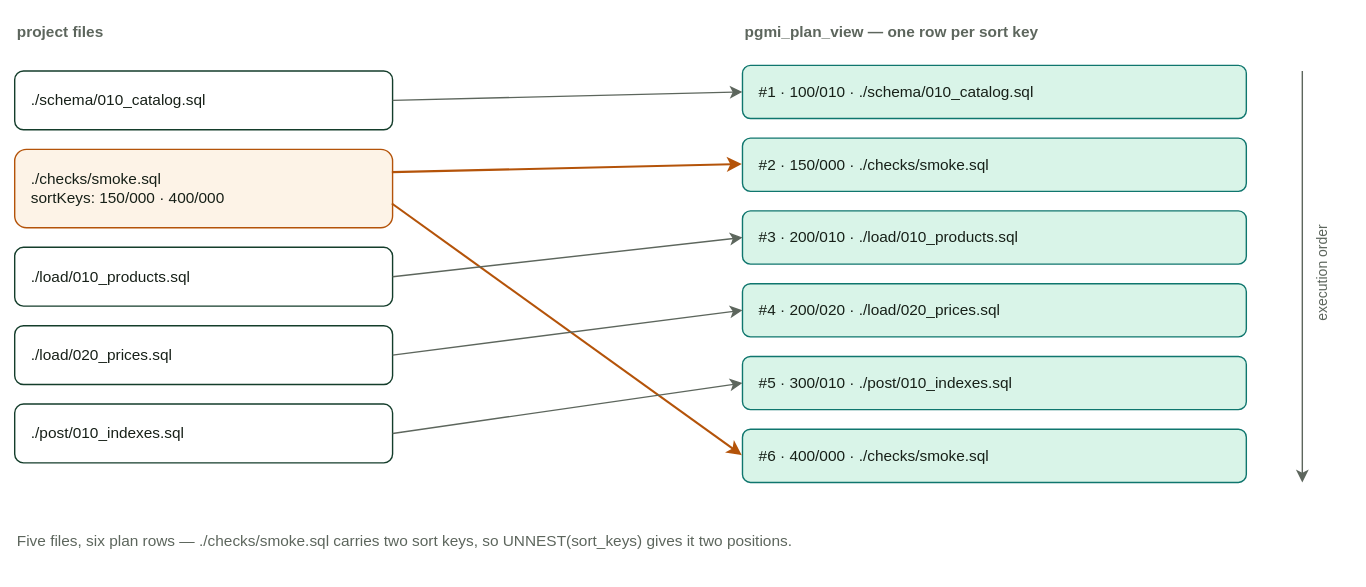
Above: docs/diagrams/a03-execution-order-plan.drawio.svg in vvka-141/pgmi (draw.io), before the change. Source tidied: cells renumbered, new cells last; positions are measured from the earlier drawing's top-left corner, leaving out a move shared by most shapes.
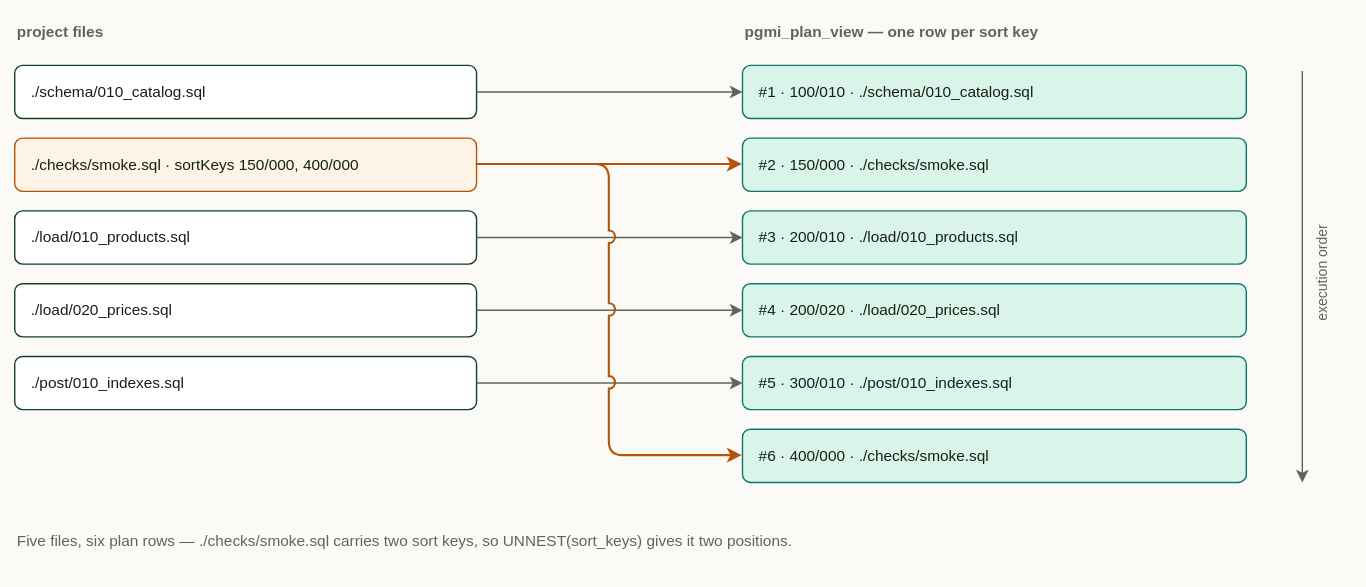
After the change.

Diff of the diagram source:
```diff
@@ -9,19 +9,19 @@
       <mxGeometry x="520" width="320" height="24" as="geometry" />
     </mxCell>
     <mxCell id="4" value="./schema/010_catalog.sql" style="rounded=1;whiteSpace=wrap;html=1;fillColor=#ffffff;strokeColor=#143d2b;fontColor=#172018;fontSize=11;align=left;spacingLeft=10;" parent="1" vertex="1">
-      <mxGeometry y="40" width="270" height="42" as="geometry" />
+      <mxGeometry y="36" width="330" height="38" as="geometry" />
     </mxCell>
-    <mxCell id="5" value="./checks/smoke.sql&#10;sortKeys: 150/000 · 400/000" style="rounded=1;whiteSpace=wrap;html=1;fillColor=#fdf3e7;strokeColor=#b45309;fontColor=#172018;fontSize=11;align=left;spacingLeft=10;" parent="1" vertex="1">
-      <mxGeometry y="96" width="270" height="56" as="geometry" />
+    <mxCell id="5" value="./checks/smoke.sql · sortKeys 150/000, 400/000" style="rounded=1;whiteSpace=wrap;html=1;fillColor=#fdf3e7;strokeColor=#b45309;fontColor=#172018;fontSize=11;align=left;spacingLeft=10;" parent="1" vertex="1">
+      <mxGeometry y="88" width="330" height="38" as="geometry" />
     </mxCell>
     <mxCell id="6" value="./load/010_products.sql" style="rounded=1;whiteSpace=wrap;html=1;fillColor=#ffffff;strokeColor=#143d2b;fontColor=#172018;fontSize=11;align=left;spacingLeft=10;" parent="1" vertex="1">
-      <mxGeometry y="166" width="270" height="42" as="geometry" />
+      <mxGeometry y="140" width="330" height="38" as="geometry" />
     </mxCell>
     <mxCell id="7" value="./load/020_prices.sql" style="rounded=1;whiteSpace=wrap;html=1;fillColor=#ffffff;strokeColor=#143d2b;fontColor=#172018;fontSize=11;align=left;spacingLeft=10;" parent="1" vertex="1">
-      <mxGeometry y="222" width="270" height="42" as="geometry" />
+      <mxGeometry y="192" width="330" height="38" as="geometry" />
     </mxCell>
     <mxCell id="8" value="./post/010_indexes.sql" style="rounded=1;whiteSpace=wrap;html=1;fillColor=#ffffff;strokeColor=#143d2b;fontColor=#172018;fontSize=11;align=left;spacingLeft=10;" parent="1" vertex="1">
-      <mxGeometry y="278" width="270" height="42" as="geometry" />
+      <mxGeometry y="244" width="330" height="38" as="geometry" />
     </mxCell>
     <mxCell id="9" value="#1 · 100/010 · ./schema/010_catalog.sql" style="rounded=1;whiteSpace=wrap;html=1;fillColor=#d9f4e8;strokeColor=#0f766e;fontColor=#172018;fontSize=11;align=left;spacingLeft=10;" parent="1" vertex="1">
       <mxGeometry x="520" y="36" width="360" height="38" as="geometry" />
@@ -41,25 +41,25 @@
     <mxCell id="14" value="#6 · 400/000 · ./checks/smoke.sql" style="rounded=1;whiteSpace=wrap;html=1;fillColor=#d9f4e8;strokeColor=#0f766e;fontColor=#172018;fontSize=11;align=left;spacingLeft=10;" parent="1" vertex="1">
       <mxGeometry x="520" y="296" width="360" height="38" as="geometry" />
     </mxCell>
-    <mxCell id="15" style="edgeStyle=none;html=1;strokeColor=#5d665d;exitX=1;exitY=0.5;entryX=0;entryY=0.5;" parent="1" edge="1" source="4" target="9">
+    <mxCell id="15" style="edgeStyle=orthogonalEdgeStyle;rounded=1;html=1;strokeColor=#5d665d;exitX=1;exitY=0.5;entryX=0;entryY=0.5;" parent="1" edge="1" source="4" target="9">
       <mxGeometry relative="1" as="geometry" />
     </mxCell>
-    <mxCell id="16" style="edgeStyle=none;html=1;strokeColor=#b45309;strokeWidth=1.5;exitX=1;exitY=0.3;entryX=0;entryY=0.5;" parent="1" edge="1" source="5" target="10">
+    <mxCell id="16" style="edgeStyle=orthogonalEdgeStyle;rounded=1;html=1;strokeColor=#b45309;strokeWidth=1.5;exitX=1;exitY=0.5;entryX=0;entryY=0.5;" parent="1" edge="1" source="5" target="10">
       <mxGeometry relative="1" as="geometry" />
     </mxCell>
-    <mxCell id="17" style="edgeStyle=none;html=1;strokeColor=#b45309;strokeWidth=1.5;exitX=1;exitY=0.7;entryX=0;entryY=0.5;" parent="1" edge="1" source="5" target="14">
-      <mxGeometry relative="1" as="geometry" />
-    </mxCell>
-    <mxCell id="18" style="edgeStyle=none;html=1;strokeColor=#5d665d;exitX=1;exitY=0.5;entryX=0;entryY=0.5;" parent="1" edge="1" source="6" target="11">
+    <mxCell id="18" style="edgeStyle=orthogonalEdgeStyle;rounded=1;html=1;strokeColor=#5d665d;exitX=1;exitY=0.5;entryX=0;entryY=0.5;" parent="1" edge="1" source="6" target="11">
       <mxGeometry relative="1" as="geometry" />
     </mxCell>
-    <mxCell id="19" style="edgeStyle=none;html=1;strokeColor=#5d665d;exitX=1;exitY=0.5;entryX=0;entryY=0.5;" parent="1" edge="1" source="7" target="12">
+    <mxCell id="19" style="edgeStyle=orthogonalEdgeStyle;rounded=1;html=1;strokeColor=#5d665d;exitX=1;exitY=0.5;entryX=0;entryY=0.5;" parent="1" edge="1" source="7" target="12">
       <mxGeometry relative="1" as="geometry" />
     </mxCell>
-    <mxCell id="20" style="edgeStyle=none;html=1;strokeColor=#5d665d;exitX=1;exitY=0.5;entryX=0;entryY=0.5;" parent="1" edge="1" source="8" target="13">
+    <mxCell id="20" style="edgeStyle=orthogonalEdgeStyle;rounded=1;html=1;strokeColor=#5d665d;exitX=1;exitY=0.5;entryX=0;entryY=0.5;" parent="1" edge="1" source="8" target="13">
       <mxGeometry relative="1" as="geometry" />
     </mxCell>
+    <mxCell id="17" style="edgeStyle=orthogonalEdgeStyle;rounded=1;html=1;strokeColor=#b45309;strokeWidth=1.5;exitX=1;exitY=0.5;entryX=0;entryY=0.5;jumpStyle=arc;jumpSize=8;" parent="1" edge="1" source="5" target="14">
+      <mxGeometry relative="1" as="geometry" />
+    </mxCell>
-    <mxCell id="21" style="edgeStyle=none;html=1;strokeColor=#5d665d;endArrow=classic;" parent="1" edge="1">
+    <mxCell id="21" style="edgeStyle=orthogonalEdgeStyle;rounded=1;html=1;strokeColor=#5d665d;endArrow=classic;" parent="1" edge="1">
       <mxGeometry relative="1" as="geometry">
         <mxPoint x="920" y="40" as="sourcePoint" />
         <mxPoint x="920" y="334" as="targetPoint" />
```
